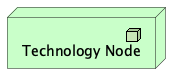
Earlier version of the PlantUML export doc/elements/technology-node.plantuml.png (SixArm/archimate-examples). Its diagram source:
```plantuml
@startuml
!include <archimate/Archimate>
Technology_Node(TN_01, "Technology Node")
@enduml
```
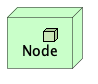
Above is the later version.

Change to the diagram source:
```diff
@@ -1,4 +1,4 @@
 @startuml
 !include <archimate/Archimate>
-Technology_Node(TN_01, "Technology Node")
+Technology_Node(Node, "Node")
 @enduml
```
